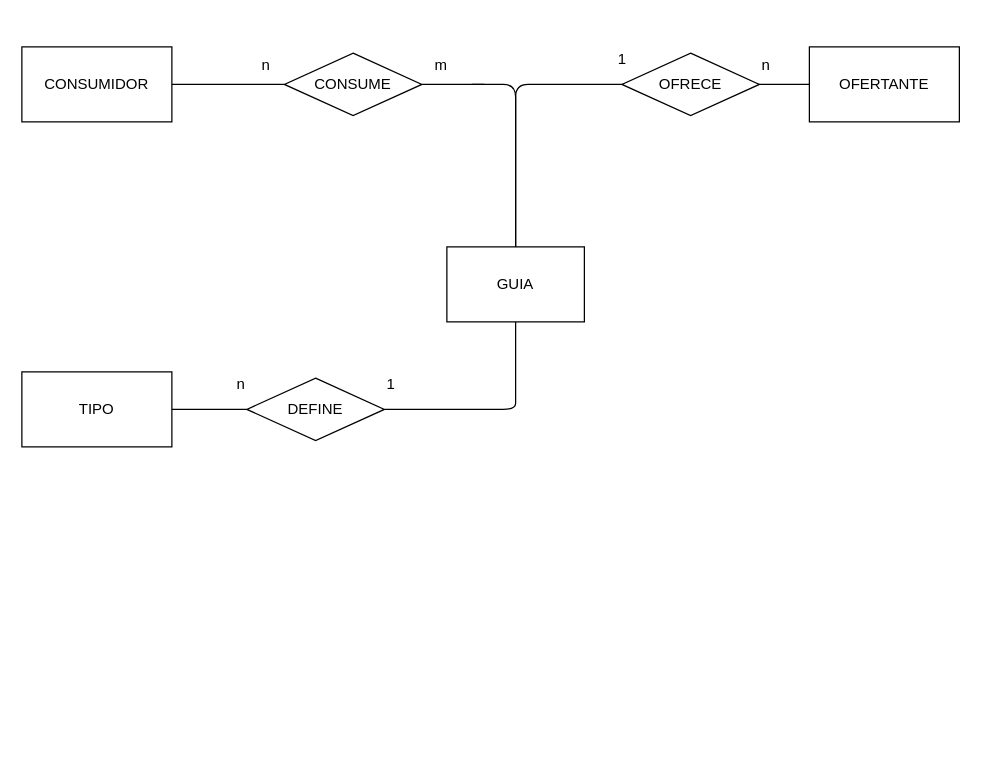
Earlier version of the draw.io diagram Untitled-1.drawio (jdelemus01/local1). Source tidied: cells renumbered, new cells numbered last; positions are measured from the earlier drawing's top-left corner, leaving out a move shared by most shapes. Both pictures are drawn from the tidied source at 125%, with x=0, y=0 at pixel (21, 40).
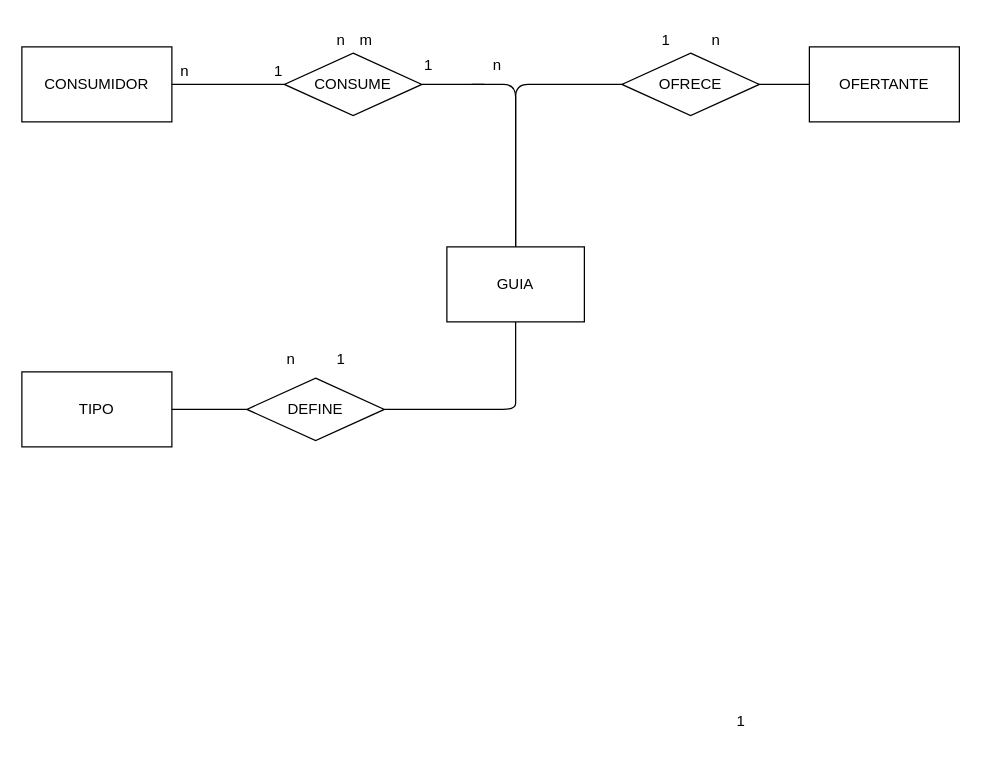
The same page after the edit.

Change to the diagram source:
```diff
@@
     <mxCell id="13" value="1" style="text;html=1;align=center;verticalAlign=middle;strokeColor=none;fillColor=none;" parent="1" vertex="1">
-      <mxGeometry x="465" width="30" height="30" as="geometry" />
+      <mxGeometry x="500" y="-15" width="30" height="30" as="geometry" />
     </mxCell>
     <mxCell id="14" value="n" style="text;html=1;align=center;verticalAlign=middle;strokeColor=none;fillColor=none;" parent="1" vertex="1">
-      <mxGeometry x="580" y="5" width="30" height="30" as="geometry" />
+      <mxGeometry x="540" y="-15" width="30" height="30" as="geometry" />
     </mxCell>
     <mxCell id="15" value="n" style="text;html=1;align=center;verticalAlign=middle;strokeColor=none;fillColor=none;" parent="1" vertex="1">
-      <mxGeometry x="160" y="260" width="30" height="30" as="geometry" />
+      <mxGeometry x="200" y="240" width="30" height="30" as="geometry" />
     </mxCell>
     <mxCell id="16" value="1" style="text;html=1;align=center;verticalAlign=middle;strokeColor=none;fillColor=none;" parent="1" vertex="1">
-      <mxGeometry x="280" y="260" width="30" height="30" as="geometry" />
+      <mxGeometry x="240" y="240" width="30" height="30" as="geometry" />
     </mxCell>
@@
     <mxCell id="19" value="n" style="text;html=1;align=center;verticalAlign=middle;strokeColor=none;fillColor=none;" parent="1" vertex="1">
-      <mxGeometry x="180" y="5" width="30" height="30" as="geometry" />
+      <mxGeometry x="240" y="-15" width="30" height="30" as="geometry" />
     </mxCell>
     <mxCell id="20" value="m" style="text;html=1;align=center;verticalAlign=middle;strokeColor=none;fillColor=none;" parent="1" vertex="1">
-      <mxGeometry x="320" y="5" width="30" height="30" as="geometry" />
+      <mxGeometry x="260" y="-15" width="30" height="30" as="geometry" />
     </mxCell>
+    <mxCell id="21" value="n" style="text;html=1;align=center;verticalAlign=middle;strokeColor=none;fillColor=none;" parent="1" vertex="1">
+      <mxGeometry x="115" y="10" width="30" height="30" as="geometry" />
+    </mxCell>
+    <mxCell id="22" value="1" style="text;html=1;align=center;verticalAlign=middle;strokeColor=none;fillColor=none;" parent="1" vertex="1">
+      <mxGeometry x="190" y="10" width="30" height="30" as="geometry" />
+    </mxCell>
+    <mxCell id="23" value="1" style="text;html=1;align=center;verticalAlign=middle;strokeColor=none;fillColor=none;" parent="1" vertex="1">
+      <mxGeometry x="310" y="5" width="30" height="30" as="geometry" />
+    </mxCell>
+    <mxCell id="24" value="1" style="text;html=1;align=center;verticalAlign=middle;strokeColor=none;fillColor=none;" parent="1" vertex="1">
+      <mxGeometry x="560" y="530" width="30" height="30" as="geometry" />
+    </mxCell>
+    <mxCell id="25" value="n" style="text;html=1;align=center;verticalAlign=middle;strokeColor=none;fillColor=none;rotation=0;" parent="1" vertex="1">
+      <mxGeometry x="365" y="5" width="30" height="30" as="geometry" />
+    </mxCell>
```
